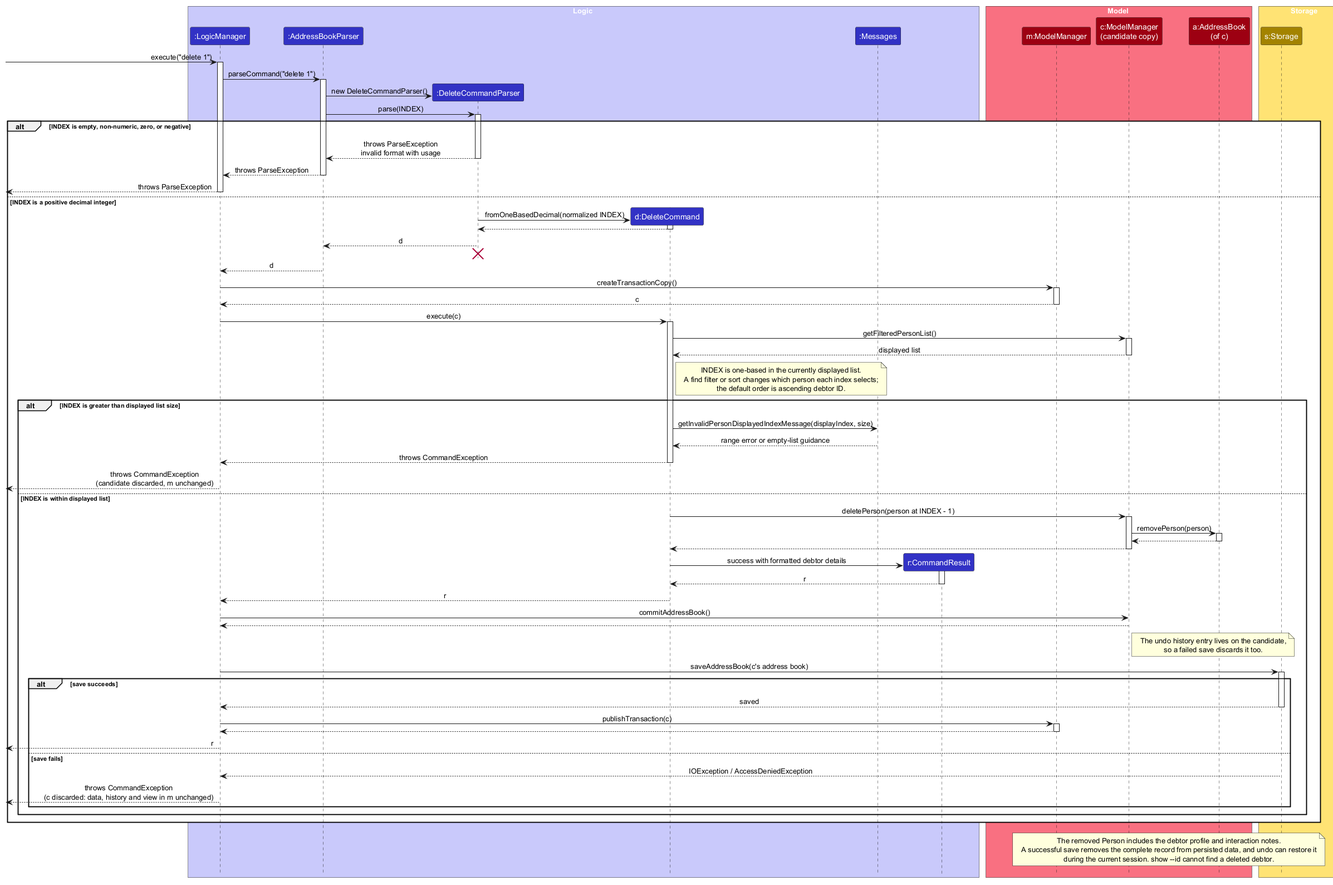
Before: docs/images/DeleteSequenceDiagram.png, a diagram exported from PlantUML (AY2627S1-CS2103T-F08-1/tp). Source of this version:
```plantuml
@startuml
!include style.puml
skinparam ArrowFontStyle plain

box Logic LOGIC_COLOR_T1
participant ":LogicManager" as LogicManager LOGIC_COLOR
participant ":AddressBookParser" as AddressBookParser LOGIC_COLOR
participant ":DeleteCommandParser" as DeleteCommandParser LOGIC_COLOR
participant "d:DeleteCommand" as DeleteCommand LOGIC_COLOR
participant ":Messages" as Messages LOGIC_COLOR
participant "r:CommandResult" as CommandResult LOGIC_COLOR
end box

box Model MODEL_COLOR_T1
participant "m:ModelManager" as Model MODEL_COLOR
participant "c:ModelManager\n(candidate copy)" as Candidate MODEL_COLOR
participant "a:AddressBook\n(of c)" as AddressBook MODEL_COLOR
end box

box Storage STORAGE_COLOR_T1
participant "s:Storage" as Storage STORAGE_COLOR
end box

[-> LogicManager : execute("delete 1")
activate LogicManager

LogicManager -> AddressBookParser : parseCommand("delete 1")
activate AddressBookParser

create DeleteCommandParser
AddressBookParser -> DeleteCommandParser : new DeleteCommandParser()
AddressBookParser -> DeleteCommandParser : parse(INDEX)
activate DeleteCommandParser

alt INDEX is empty, non-numeric, zero, or negative
    DeleteCommandParser --> AddressBookParser : throws ParseException\ninvalid format with usage
    deactivate DeleteCommandParser
    AddressBookParser --> LogicManager : throws ParseException
    deactivate AddressBookParser
    [<--LogicManager : throws ParseException
    deactivate LogicManager
else INDEX is a positive decimal integer
    create DeleteCommand
    DeleteCommandParser -> DeleteCommand : fromOneBasedDecimal(normalized INDEX)
    activate DeleteCommand
    DeleteCommand --> DeleteCommandParser
    deactivate DeleteCommand

    DeleteCommandParser --> AddressBookParser : d
    deactivate DeleteCommandParser
    DeleteCommandParser -[hidden]-> AddressBookParser
    destroy DeleteCommandParser

    AddressBookParser --> LogicManager : d
    deactivate AddressBookParser

    LogicManager -> Model : createTransactionCopy()
    activate Model
    Model --> LogicManager : c
    deactivate Model

    LogicManager -> DeleteCommand : execute(c)
    activate DeleteCommand

    DeleteCommand -> Candidate : getFilteredPersonList()
    activate Candidate
    Candidate --> DeleteCommand : displayed list
    deactivate Candidate
    note right of DeleteCommand
        INDEX is one-based in the currently displayed list.
        A find filter or sort changes which person each index selects;
        the default order is ascending debtor ID.
    end note

    alt INDEX is greater than displayed list size
        DeleteCommand -> Messages : getInvalidPersonDisplayedIndexMessage(displayIndex, size)
        Messages --> DeleteCommand : range error or empty-list guidance
        DeleteCommand --> LogicManager : throws CommandException
        deactivate DeleteCommand
        [<--LogicManager : throws CommandException\n(candidate discarded, m unchanged)
        deactivate LogicManager
    else INDEX is within displayed list
        DeleteCommand -> Candidate : deletePerson(person at INDEX - 1)
        activate Candidate
        Candidate -> AddressBook : removePerson(person)
        activate AddressBook
        AddressBook --> Candidate
        deactivate AddressBook
        Candidate --> DeleteCommand
        deactivate Candidate

        create CommandResult
        DeleteCommand -> CommandResult : success with formatted debtor details
        activate CommandResult
        CommandResult --> DeleteCommand : r
        deactivate CommandResult
        DeleteCommand --> LogicManager : r
        deactivate DeleteCommand

        LogicManager -> Candidate : commitAddressBook()
        Candidate --> LogicManager
        note right of Candidate
            The undo history entry lives on the candidate,
            so a failed save discards it too.
        end note
        LogicManager -> Storage : saveAddressBook(c's address book)
        activate Storage
        alt save succeeds
            Storage --> LogicManager : saved
            deactivate Storage
            LogicManager -> Model : publishTransaction(c)
            activate Model
            Model --> LogicManager
            deactivate Model
            [<--LogicManager : r
            deactivate LogicManager
        else save fails
            Storage --> LogicManager : IOException / AccessDeniedException
            deactivate Storage
            [<--LogicManager : throws CommandException\n(c discarded: data, history and view in m unchanged)
            deactivate LogicManager
        end
    end
end

note over Model, Storage
    The removed Person includes the debtor profile and interaction notes.
    A successful save removes the complete record from persisted data, and undo can restore it
    during the current session. show --id cannot find a deleted debtor.
end note

@enduml
```
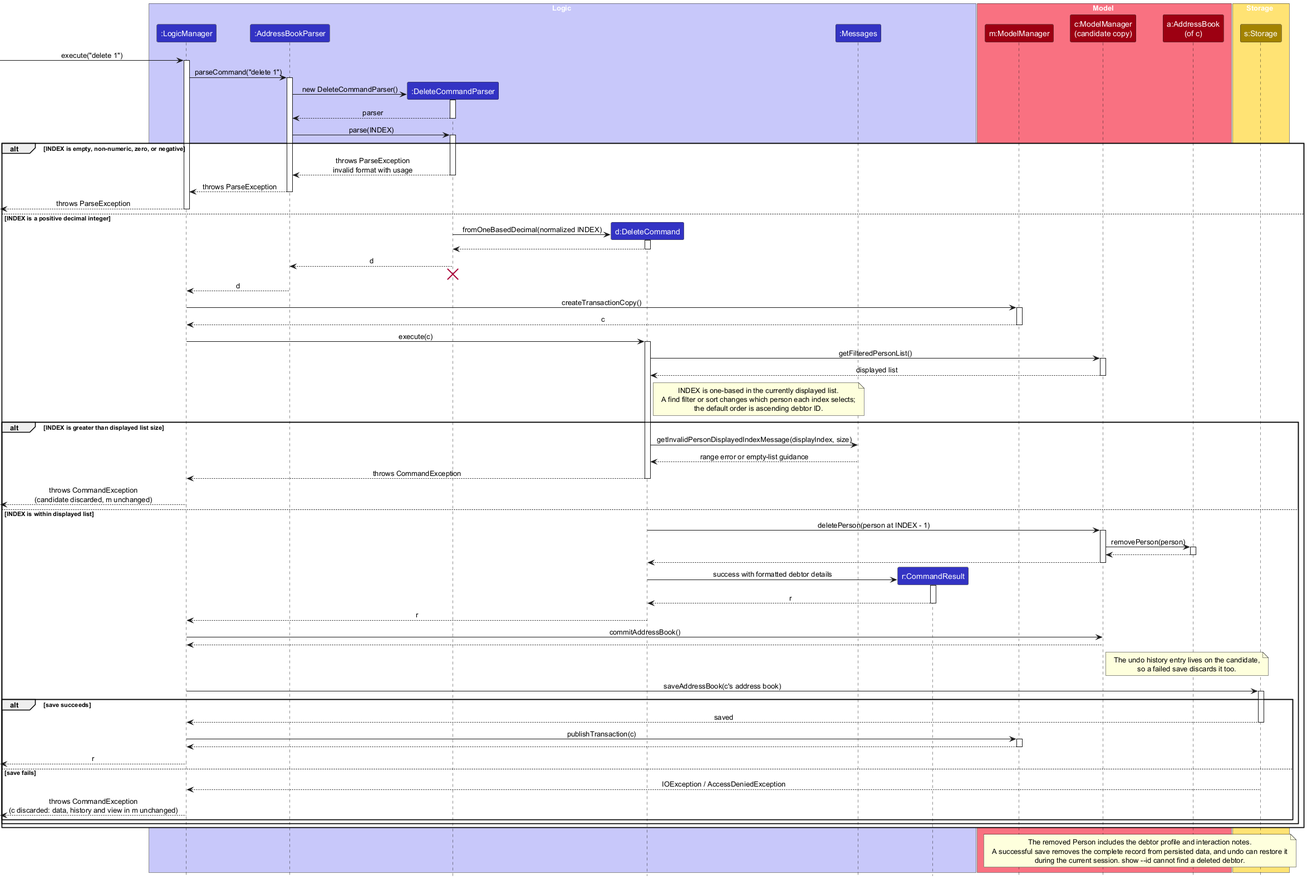
After the change.

Diff of the diagram source:
```diff
@@ -1,6 +1,7 @@
 @startuml
 !include style.puml
 skinparam ArrowFontStyle plain
+skinparam ParticipantPadding 10
 
 box Logic LOGIC_COLOR_T1
 participant ":LogicManager" as LogicManager LOGIC_COLOR
@@ -29,6 +30,9 @@
 
 create DeleteCommandParser
 AddressBookParser -> DeleteCommandParser : new DeleteCommandParser()
+activate DeleteCommandParser
+DeleteCommandParser --> AddressBookParser : parser
+deactivate DeleteCommandParser
 AddressBookParser -> DeleteCommandParser : parse(INDEX)
 activate DeleteCommandParser
 
```
